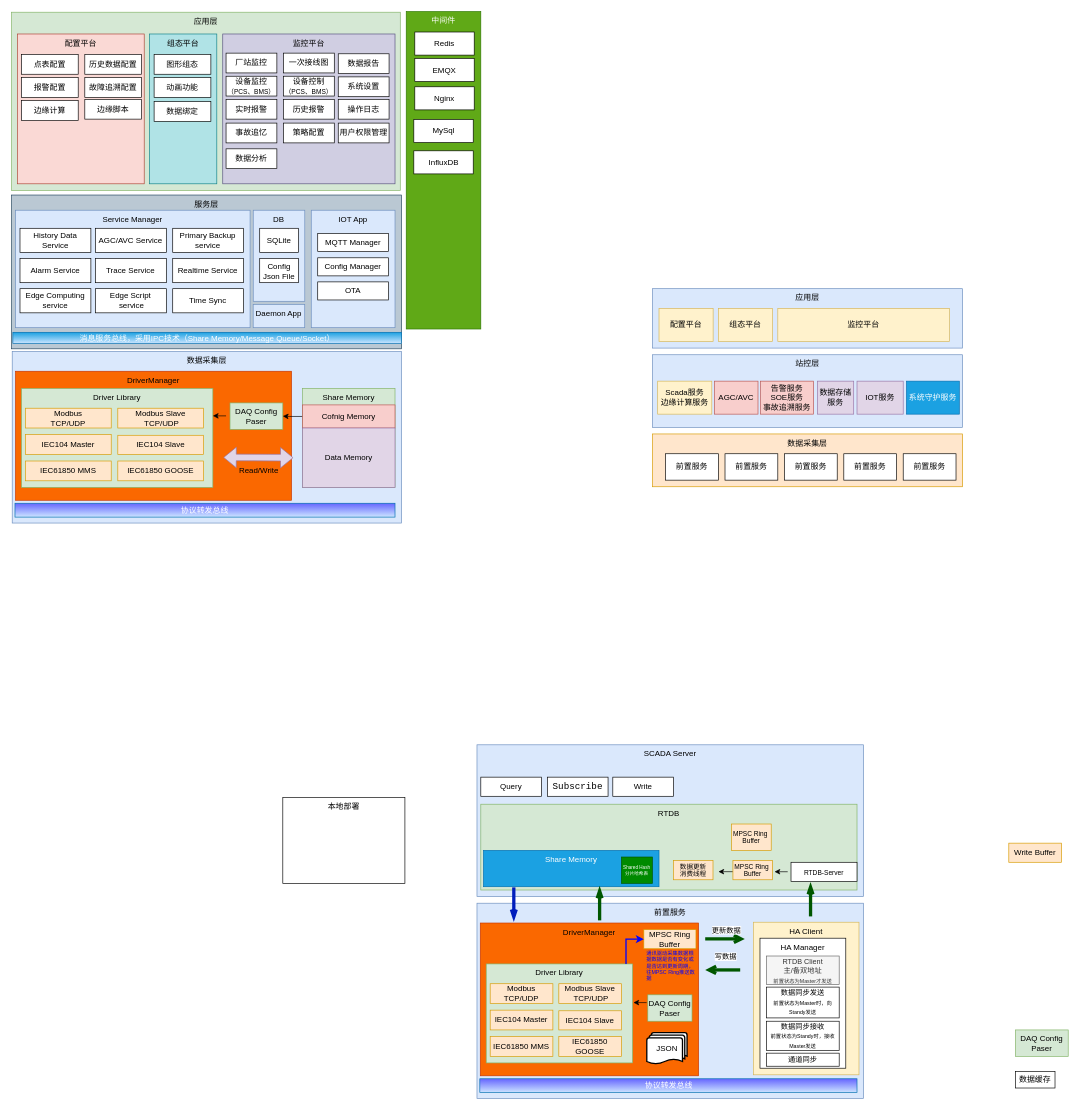
The draw.io diagram EMS软件架构图.drawio in fuhui0321/diagram, before the edit. Source tidied: cells renumbered, new cells numbered last; positions are measured from the earlier drawing's top-left corner, leaving out a move shared by most shapes. Both pictures are drawn from the tidied source at 66%, with x=0, y=0 at pixel (11, 11).
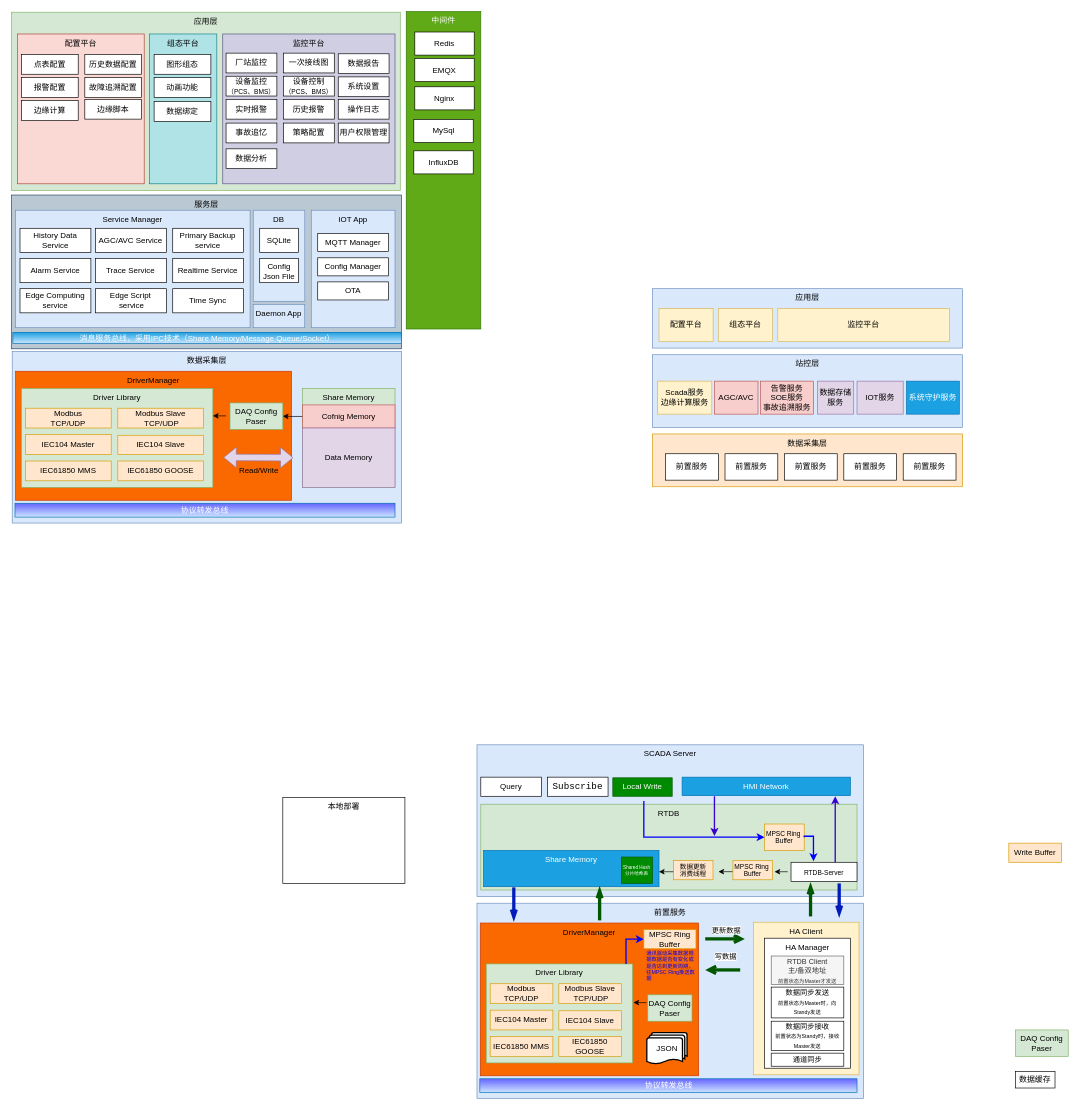
After the change.

Commit message:
更新EMS软件架构图.drawio

Diff of the diagram source:
```diff
@@
     <mxCell id="106" value="HA Manager" style="rounded=0;whiteSpace=wrap;html=1;verticalAlign=top;" parent="1" vertex="1">
-      <mxGeometry x="1134" y="1404" width="130" height="197" as="geometry" />
+      <mxGeometry x="1141" y="1404" width="130" height="197" as="geometry" />
     </mxCell>
@@
     <mxCell id="119" value="&lt;div&gt;&lt;font style=&quot;font-size: 11px;&quot;&gt;数据同步发送&lt;/font&gt;&lt;/div&gt;&lt;div&gt;&lt;font style=&quot;font-size: 8px;&quot;&gt;前置状态为Master时，向Standy发送&lt;/font&gt;&lt;/div&gt;" style="rounded=0;whiteSpace=wrap;html=1;" parent="1" vertex="1">
-      <mxGeometry x="1144" y="1478.1" width="110" height="46.7" as="geometry" />
+      <mxGeometry x="1151" y="1478.1" width="110" height="46.7" as="geometry" />
     </mxCell>
     <mxCell id="120" value="通道同步" style="rounded=0;whiteSpace=wrap;html=1;fontSize=11;" parent="1" vertex="1">
-      <mxGeometry x="1144" y="1578.2" width="110" height="19.8" as="geometry" />
+      <mxGeometry x="1151" y="1578.2" width="110" height="19.8" as="geometry" />
     </mxCell>
     <mxCell id="121" value="&lt;font style=&quot;font-size: 11px;&quot;&gt;RTDB Client&lt;/font&gt;&lt;div&gt;&lt;font style=&quot;font-size: 11px;&quot;&gt;主/备双地址&lt;/font&gt;&lt;br&gt;&lt;div&gt;&lt;font style=&quot;font-size: 8px;&quot;&gt;前置状态为Master才发送&lt;/font&gt;&lt;/div&gt;&lt;/div&gt;" style="rounded=0;whiteSpace=wrap;html=1;fillColor=#f5f5f5;strokeColor=#666666;fontColor=#333333;" parent="1" vertex="1">
-      <mxGeometry x="1144" y="1431" width="110" height="43" as="geometry" />
+      <mxGeometry x="1151" y="1431" width="110" height="43" as="geometry" />
     </mxCell>
     <mxCell id="122" value="&lt;div&gt;&lt;font style=&quot;font-size: 11px;&quot;&gt;数据同步接收&lt;/font&gt;&lt;/div&gt;&lt;div&gt;&lt;font style=&quot;font-size: 8px;&quot;&gt;前置状态为Standy时，接收Master发送&lt;/font&gt;&lt;/div&gt;" style="rounded=0;whiteSpace=wrap;html=1;" parent="1" vertex="1">
-      <mxGeometry x="1144" y="1529.8" width="110" height="44.1" as="geometry" />
+      <mxGeometry x="1151" y="1529.8" width="110" height="44.1" as="geometry" />
     </mxCell>
@@
-    <mxCell id="127" value="Write" style="rounded=0;whiteSpace=wrap;html=1;fontColor=default;fillColor=default;labelBackgroundColor=default;" parent="1" vertex="1">
-      <mxGeometry x="911" y="1160" width="91.8" height="29" as="geometry" />
-    </mxCell>
@@
     <mxCell id="134" value="&lt;div&gt;MPSC Ring&amp;nbsp;&lt;/div&gt;&lt;div&gt;Buffer&lt;/div&gt;" style="rounded=0;whiteSpace=wrap;html=1;fillColor=#ffe6cc;strokeColor=#d79b00;fontSize=10;" parent="1" vertex="1">
-      <mxGeometry x="1091" y="1231" width="60" height="40" as="geometry" />
+      <mxGeometry x="1141" y="1231" width="60" height="40" as="geometry" />
     </mxCell>
+    <mxCell id="135" style="endArrow=openThin;html=1;rounded=0;strokeWidth=5;fillColor=#0050ef;strokeColor=#001DBC;endFill=0;" parent="1" edge="1">
+      <mxGeometry relative="1" as="geometry">
+        <mxPoint x="1254" y="1321" as="sourcePoint" />
+        <mxPoint x="1254" y="1371" as="targetPoint" />
+      </mxGeometry>
+    </mxCell>
+    <mxCell id="136" style="endArrow=classic;html=1;rounded=0;edgeStyle=orthogonalEdgeStyle;fontSize=14;strokeWidth=2;strokeColor=#0000FF;exitX=1;exitY=0.5;exitDx=0;exitDy=0;" parent="1" edge="1" source="134">
+      <mxGeometry relative="1" as="geometry">
+        <mxPoint x="1215" y="1287.5" as="targetPoint" />
+        <Array as="points">
+          <mxPoint x="1201" y="1249.5" />
+          <mxPoint x="1215" y="1249.5" />
+        </Array>
+      </mxGeometry>
+    </mxCell>
+    <mxCell id="137" style="endArrow=classic;html=1;rounded=0;edgeStyle=orthogonalEdgeStyle;fontSize=14;strokeWidth=2;strokeColor=#0000FF;entryX=0;entryY=0.5;entryDx=0;entryDy=0;" parent="1" edge="1" target="134">
+      <mxGeometry relative="1" as="geometry">
+        <mxPoint x="958" y="1196" as="sourcePoint" />
+        <Array as="points">
+          <mxPoint x="958" y="1251" />
+        </Array>
+      </mxGeometry>
+    </mxCell>
+    <mxCell id="138" value="Local Write" style="rounded=0;whiteSpace=wrap;html=1;fillColor=#008a00;fontColor=#ffffff;strokeColor=#005700;" parent="1" vertex="1">
+      <mxGeometry x="911" y="1161" width="90" height="28" as="geometry" />
+    </mxCell>
+    <mxCell id="139" value="HMI Network" style="rounded=0;whiteSpace=wrap;html=1;fillColor=#1ba1e2;fontColor=#ffffff;strokeColor=#006EAF;" parent="1" vertex="1">
+      <mxGeometry x="1016" y="1160" width="255" height="28" as="geometry" />
+    </mxCell>
+    <mxCell id="140" style="endArrow=classic;html=1;rounded=0;fillColor=#6a00ff;strokeColor=#3700CC;strokeWidth=2;" parent="1" edge="1">
+      <mxGeometry relative="1" as="geometry">
+        <mxPoint x="1065" y="1189" as="sourcePoint" />
+        <mxPoint x="1065" y="1249" as="targetPoint" />
+      </mxGeometry>
+    </mxCell>
+    <mxCell id="141" style="endArrow=classic;html=1;rounded=0;fillColor=#6a00ff;strokeColor=#3700CC;strokeWidth=2;" parent="1" edge="1">
+      <mxGeometry relative="1" as="geometry">
+        <mxPoint x="1248" y="1289" as="sourcePoint" />
+        <mxPoint x="1248" y="1189" as="targetPoint" />
+      </mxGeometry>
+    </mxCell>
+    <mxCell id="142" style="edgeStyle=none;rounded=0;orthogonalLoop=1;jettySize=auto;html=1;" parent="1" edge="1">
+      <mxGeometry relative="1" as="geometry">
+        <mxPoint x="1002.8" y="1303.3" as="sourcePoint" />
+        <mxPoint x="980.8" y="1303.3" as="targetPoint" />
+      </mxGeometry>
+    </mxCell>
```
